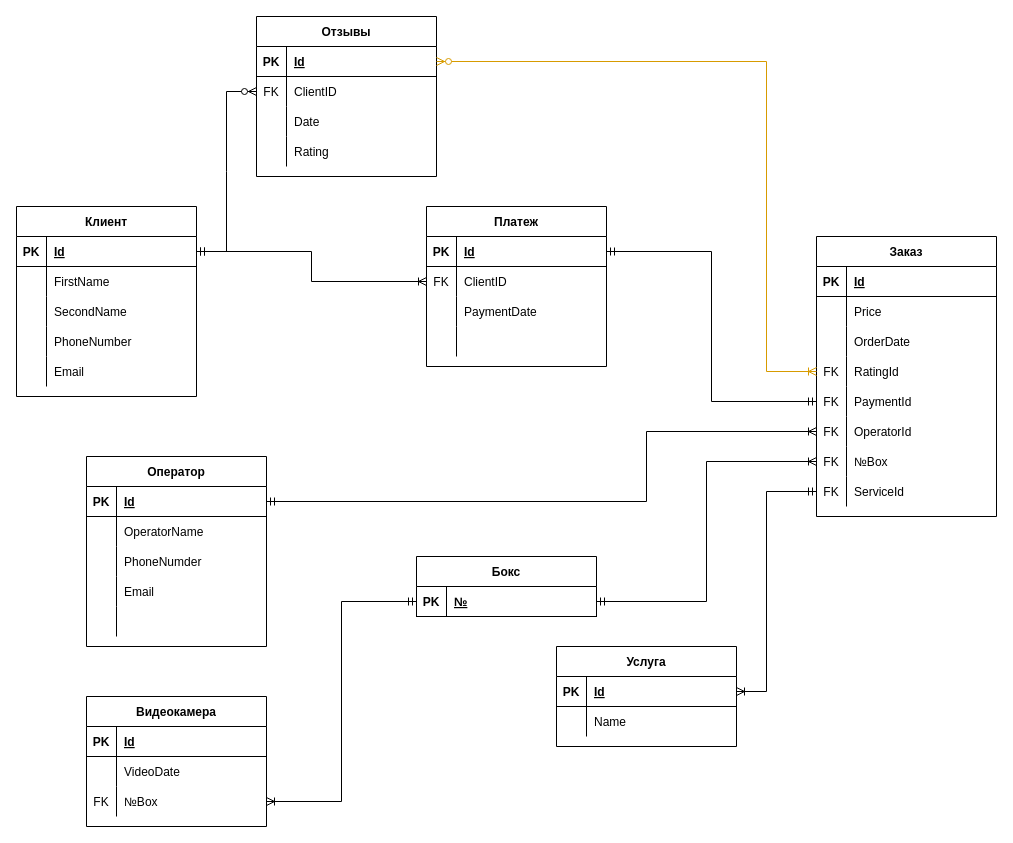
vitaliyepikhin/Automated-Car-Wash keeps this draw.io diagram as page "ERD" (3 of 4) of Diagram_1.drawio. Above is the earlier version. Source tidied: cells renumbered, new cells numbered last; positions are measured from the earlier drawing's top-left corner, leaving out a move shared by most shapes. Both pictures are drawn from the tidied source at 100%, with x=0, y=0 at pixel (16, 16).
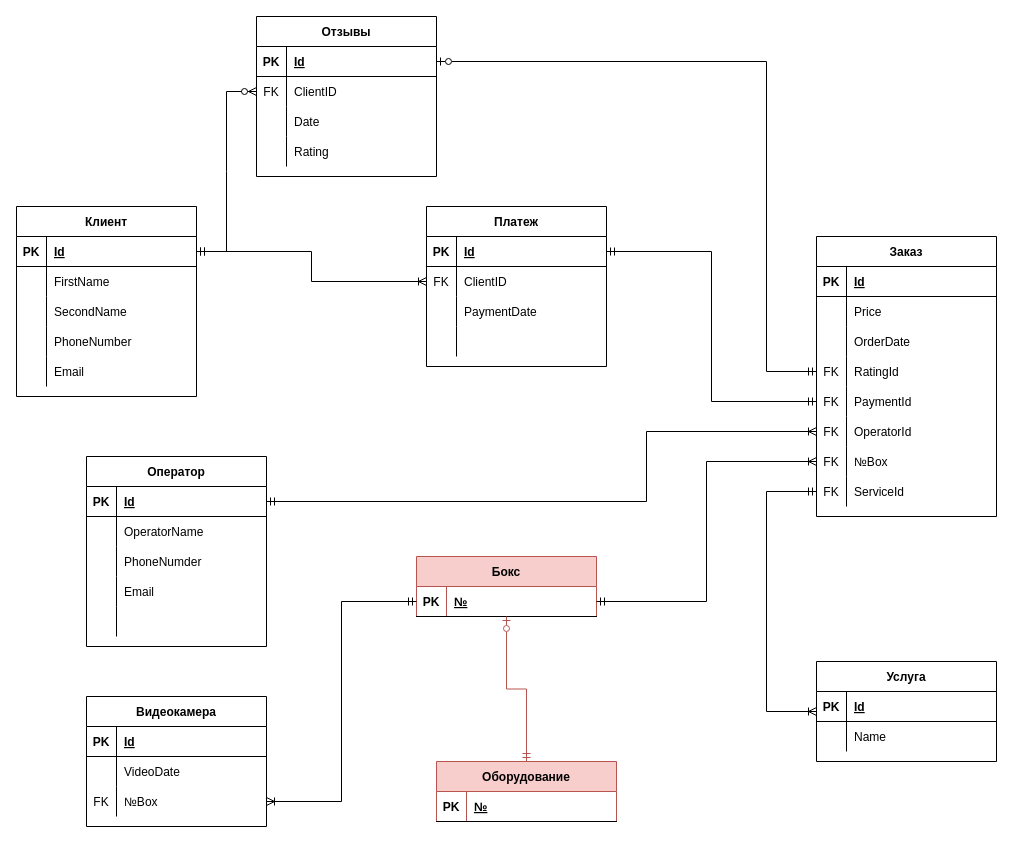
Above is the later version.

Unchanged cells that the change refers to:
```xml
<mxCell id="57" style="shape=partialRectangle;fillColor=none;top=0;left=0;bottom=0;right=0;points=[[0,0.5],[1,0.5]];portConstraint=eastwest;" parent="47" vertex="1">
  <mxGeometry y="120" width="180" height="30" as="geometry" />
</mxCell>
<mxCell id="69" style="shape=partialRectangle;fillColor=none;top=0;left=0;bottom=0;right=0;points=[[0,0.5],[1,0.5]];portConstraint=eastwest;" parent="47" vertex="1">
  <mxGeometry y="240" width="180" height="30" as="geometry" />
</mxCell>
<mxCell id="73" style="shape=partialRectangle;fillColor=none;top=0;left=0;bottom=1;right=0;points=[[0,0.5],[1,0.5]];portConstraint=eastwest;" parent="72" vertex="1">
  <mxGeometry y="30" width="180" height="30" as="geometry" />
</mxCell>
<mxCell id="94" style="shape=partialRectangle;fillColor=none;top=0;left=0;bottom=1;right=0;points=[[0,0.5],[1,0.5]];portConstraint=eastwest;" parent="93" vertex="1">
  <mxGeometry y="30" width="180" height="30" as="geometry" />
</mxCell>
```

The edit, as a diff of the source:
```diff
@@
     <mxCell id="72" value="Услуга" style="shape=table;startSize=30;childLayout=tableLayout;rowLines=0;fontStyle=1;align=center;" parent="1" vertex="1">
-      <mxGeometry x="540" y="630" width="180" height="100" as="geometry" />
+      <mxGeometry x="800" y="645" width="180" height="100" as="geometry" />
     </mxCell>
@@
-    <mxCell id="92" style="edgeStyle=orthogonalEdgeStyle;fontSize=12;html=1;endArrow=ERmandOne;startArrow=ERoneToMany;rounded=0;exitX=1;exitY=0.5;exitDx=0;exitDy=0;entryX=0;entryY=0.5;entryDx=0;entryDy=0;fillColor=#ffe6cc;strokeColor=#000000;endFill=0;" parent="1" edge="1" source="73" target="69">
+    <mxCell id="92" style="edgeStyle=orthogonalEdgeStyle;fontSize=12;html=1;endArrow=ERmandOne;startArrow=ERoneToMany;rounded=0;entryX=0;entryY=0.5;entryDx=0;entryDy=0;fillColor=#ffe6cc;strokeColor=#000000;endFill=0;" parent="1" edge="1" source="72" target="69">
       <mxGeometry relative="1" as="geometry">
         <Array as="points">
-          <mxPoint x="750" y="675" />
           <mxPoint x="750" y="475" />
         </Array>
       </mxGeometry>
     </mxCell>
@@
-    <mxCell id="106" style="edgeStyle=orthogonalEdgeStyle;fontSize=12;html=1;endArrow=ERoneToMany;startArrow=ERzeroToMany;rounded=0;exitX=1;exitY=0.5;exitDx=0;exitDy=0;entryX=0;entryY=0.5;entryDx=0;entryDy=0;fillColor=#ffe6cc;strokeColor=#d79b00;" parent="1" edge="1" source="94" target="57">
+    <mxCell id="106" style="edgeStyle=orthogonalEdgeStyle;fontSize=12;html=1;endArrow=ERmandOne;startArrow=ERzeroToOne;rounded=0;exitX=1;exitY=0.5;exitDx=0;exitDy=0;entryX=0;entryY=0.5;entryDx=0;entryDy=0;startFill=0;endFill=0;" parent="1" edge="1" source="94" target="57">
       <mxGeometry relative="1" as="geometry">
         <Array as="points">
           <mxPoint x="750" y="45" />
           <mxPoint x="750" y="355" />
         </Array>
       </mxGeometry>
     </mxCell>
@@
-    <mxCell id="108" value="Бокс" style="shape=table;startSize=30;childLayout=tableLayout;rowLines=0;fontStyle=1;align=center;" parent="1" vertex="1">
+    <mxCell id="108" value="Бокс" style="shape=table;startSize=30;childLayout=tableLayout;rowLines=0;fontStyle=1;align=center;fillColor=#f8cecc;strokeColor=#b85450;" parent="1" vertex="1">
       <mxGeometry x="400" y="540" width="180" height="60" as="geometry" />
     </mxCell>
@@
+    <mxCell id="114" value="Оборудование" style="shape=table;startSize=30;childLayout=tableLayout;rowLines=0;fontStyle=1;align=center;fillColor=#f8cecc;strokeColor=#b85450;" parent="1" vertex="1">
+      <mxGeometry x="420" y="745" width="180" height="60" as="geometry" />
+    </mxCell>
+    <mxCell id="115" style="shape=partialRectangle;fillColor=none;top=0;left=0;bottom=1;right=0;" parent="114" vertex="1">
+      <mxGeometry y="30" width="180" height="30" as="geometry" />
+    </mxCell>
+    <mxCell id="116" value="PK" style="shape=partialRectangle;fillColor=none;top=0;left=0;bottom=0;right=0;fontStyle=1;overflow=hidden;" parent="115" vertex="1">
+      <mxGeometry width="30" height="30" as="geometry" />
+    </mxCell>
+    <mxCell id="117" value="№" style="shape=partialRectangle;fillColor=none;top=0;left=0;bottom=0;right=0;align=left;spacingLeft=6;fontStyle=5;overflow=hidden;" parent="115" vertex="1">
+      <mxGeometry x="30" width="150" height="30" as="geometry" />
+    </mxCell>
+    <mxCell id="118" style="edgeStyle=orthogonalEdgeStyle;fontSize=12;html=1;endArrow=ERmandOne;startArrow=ERzeroToOne;rounded=0;startFill=0;endFill=0;fillColor=#f8cecc;strokeColor=#b85450;" parent="1" edge="1" source="108" target="114">
+      <mxGeometry relative="1" as="geometry" />
+    </mxCell>
```
